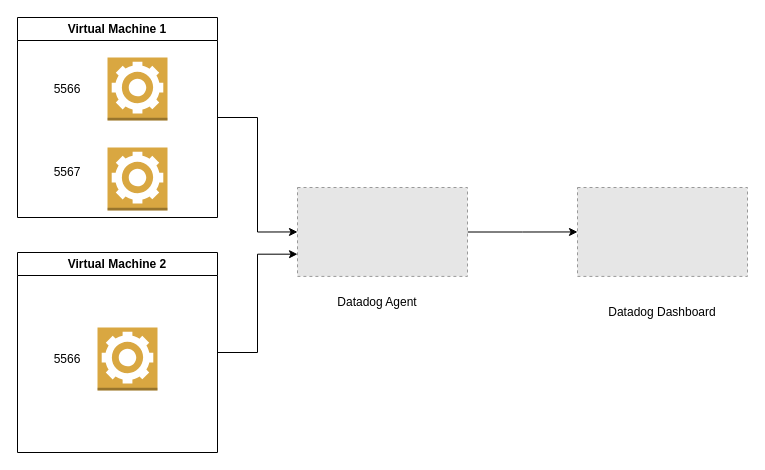
The draw.io diagram page "Página-2" (2 of 2) of PayPower_Synthetic Monitor.drawio in LucasLeiteCesar/DrawArch, before the edit. Source tidied: cells renumbered, new cells numbered last; positions are measured from the earlier drawing's top-left corner, leaving out a move shared by most shapes. Both pictures are drawn from the tidied source at 100%, with x=0, y=0 at pixel (17, 17). Pictures stored in the file or linked from it are replaced by grey dashed boxes.
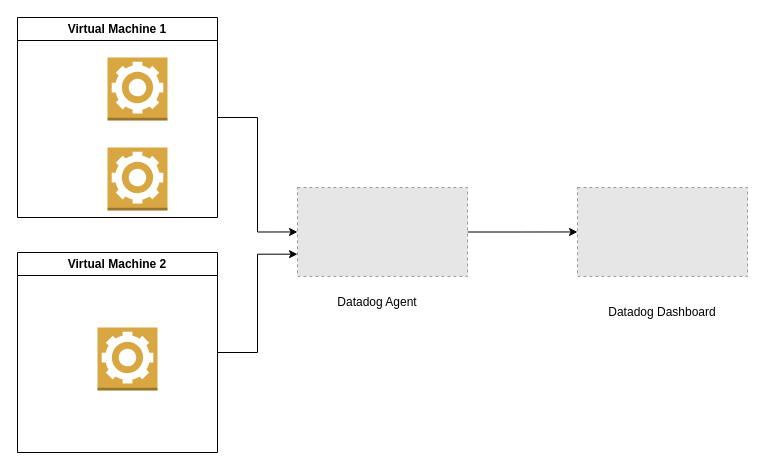
The same diagram, later.

Diff of the diagram source:
```diff
@@
 <mxGraphModel>
   <root>
     <mxCell id="0" />
     <mxCell id="1" parent="0" />
     <mxCell id="2" style="dashed=0;verticalLabelPosition=bottom;verticalAlign=top;align=center;html=1;shape=mxgraph.aws3.worker;fillColor=#D9A741;gradientColor=none;" parent="1" vertex="1">
       <mxGeometry x="90" y="130" width="60" height="63" as="geometry" />
     </mxCell>
     <mxCell id="3" style="edgeStyle=orthogonalEdgeStyle;rounded=0;jettySize=auto;html=1;exitX=1;exitY=0.5;exitDx=0;exitDy=0;entryX=0;entryY=0.5;entryDx=0;entryDy=0;" parent="1" edge="1" source="4" target="13">
       <mxGeometry relative="1" as="geometry" />
     </mxCell>
     <mxCell id="4" value="Virtual Machine 1" style="swimlane;whiteSpace=wrap;html=1;" parent="1" vertex="1">
       <mxGeometry width="200" height="200" as="geometry" />
     </mxCell>
     <mxCell id="5" style="dashed=0;verticalLabelPosition=bottom;verticalAlign=top;align=center;html=1;shape=mxgraph.aws3.worker;fillColor=#D9A741;gradientColor=none;" parent="4" vertex="1">
       <mxGeometry x="90" y="40" width="60" height="63" as="geometry" />
     </mxCell>
-    <mxCell id="6" value="5566" style="text;html=1;align=center;verticalAlign=middle;whiteSpace=wrap;rounded=0;" parent="4" vertex="1">
-      <mxGeometry x="20" y="56.5" width="60" height="30" as="geometry" />
-    </mxCell>
-    <mxCell id="7" value="5567" style="text;html=1;align=center;verticalAlign=middle;whiteSpace=wrap;rounded=0;" parent="4" vertex="1">
-      <mxGeometry x="20" y="140" width="60" height="30" as="geometry" />
-    </mxCell>
     <mxCell id="8" style="edgeStyle=orthogonalEdgeStyle;rounded=0;jettySize=auto;html=1;exitX=1;exitY=0.5;exitDx=0;exitDy=0;entryX=0;entryY=0.75;entryDx=0;entryDy=0;" parent="1" edge="1" source="9" target="13">
       <mxGeometry relative="1" as="geometry" />
     </mxCell>
     <mxCell id="9" value="Virtual Machine 2" style="swimlane;whiteSpace=wrap;html=1;" parent="1" vertex="1">
       <mxGeometry y="235" width="200" height="200" as="geometry" />
     </mxCell>
     <mxCell id="10" style="dashed=0;verticalLabelPosition=bottom;verticalAlign=top;align=center;html=1;shape=mxgraph.aws3.worker;fillColor=#D9A741;gradientColor=none;" parent="9" vertex="1">
       <mxGeometry x="80" y="75" width="60" height="63" as="geometry" />
     </mxCell>
-    <mxCell id="11" value="5566" style="text;html=1;align=center;verticalAlign=middle;whiteSpace=wrap;rounded=0;" parent="9" vertex="1">
-      <mxGeometry x="20" y="91.5" width="60" height="30" as="geometry" />
-    </mxCell>
     <mxCell id="12" style="edgeStyle=orthogonalEdgeStyle;rounded=0;jettySize=auto;html=1;entryX=0;entryY=0.5;entryDx=0;entryDy=0;" parent="1" edge="1" source="13" target="14">
       <mxGeometry relative="1" as="geometry" />
     </mxCell>
     <mxCell id="13" style="fillColor=#E6E6E6;strokeColor=#999999;dashed=1;verticalLabelPosition=bottom;labelBackgroundColor=default;verticalAlign=top;" parent="1" vertex="1">
       <mxGeometry x="280" y="170" width="170" height="88.9" as="geometry" />
     </mxCell>
     <mxCell id="14" style="fillColor=#E6E6E6;strokeColor=#999999;dashed=1;verticalLabelPosition=bottom;labelBackgroundColor=default;verticalAlign=top;" parent="1" vertex="1">
       <mxGeometry x="560" y="170" width="170" height="88.9" as="geometry" />
     </mxCell>
     <mxCell id="15" value="Datadog Agent" style="text;html=1;align=center;verticalAlign=middle;whiteSpace=wrap;rounded=0;" parent="1" vertex="1">
       <mxGeometry x="280" y="270" width="160" height="30" as="geometry" />
     </mxCell>
     <mxCell id="16" value="Datadog Dashboard" style="text;html=1;align=center;verticalAlign=middle;whiteSpace=wrap;rounded=0;" parent="1" vertex="1">
       <mxGeometry x="560" y="280" width="170" height="30" as="geometry" />
     </mxCell>
   </root>
 </mxGraphModel>
```
